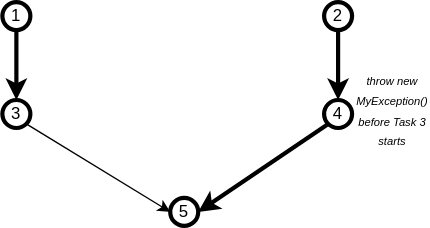
Before: doc/fault_flow.svg, a diagram exported from draw.io (eBay/bascomtask). Source tidied: cells renumbered, new cells last; positions are measured from the earlier drawing's top-left corner, leaving out a move shared by most shapes. Its diagram source:
```xml
<mxGraphModel>
  <root>
    <mxCell id="0" />
    <mxCell id="1" parent="0" />
    <mxCell id="2" style="edgeStyle=none;rounded=0;jettySize=auto;html=1;exitX=0.5;exitY=1;exitDx=0;exitDy=0;entryX=0.5;entryY=0;entryDx=0;entryDy=0;strokeWidth=3;fillColor=#00CC00;" parent="1" edge="1" source="6" target="7">
      <mxGeometry relative="1" as="geometry" />
    </mxCell>
    <mxCell id="3" value="2" style="ellipse;whiteSpace=wrap;html=1;strokeWidth=3;" parent="1" vertex="1">
      <mxGeometry x="230" width="20" height="20" as="geometry" />
    </mxCell>
    <mxCell id="4" style="edgeStyle=none;rounded=0;jettySize=auto;html=1;exitX=0.5;exitY=1;exitDx=0;exitDy=0;entryX=0.5;entryY=0;entryDx=0;entryDy=0;strokeWidth=3;" parent="1" edge="1" source="3" target="10">
      <mxGeometry relative="1" as="geometry" />
    </mxCell>
    <mxCell id="5" style="edgeStyle=none;rounded=0;jettySize=auto;html=1;exitX=1;exitY=1;exitDx=0;exitDy=0;entryX=0;entryY=0.5;entryDx=0;entryDy=0;strokeWidth=1;fillColor=#00CC00;" parent="1" edge="1" source="7" target="8">
      <mxGeometry relative="1" as="geometry" />
    </mxCell>
    <mxCell id="6" value="1" style="ellipse;whiteSpace=wrap;html=1;strokeWidth=3;" parent="1" vertex="1">
      <mxGeometry width="20" height="20" as="geometry" />
    </mxCell>
    <mxCell id="7" value="3" style="ellipse;whiteSpace=wrap;html=1;strokeWidth=3;" parent="1" vertex="1">
      <mxGeometry y="70" width="20" height="20" as="geometry" />
    </mxCell>
    <mxCell id="8" value="5" style="ellipse;whiteSpace=wrap;html=1;strokeWidth=3;" parent="1" vertex="1">
      <mxGeometry x="120" y="140" width="20" height="20" as="geometry" />
    </mxCell>
    <mxCell id="9" style="edgeStyle=none;rounded=0;jettySize=auto;html=1;exitX=0;exitY=1;exitDx=0;exitDy=0;strokeWidth=3;entryX=1;entryY=0.5;entryDx=0;entryDy=0;" parent="1" edge="1" source="10" target="8">
      <mxGeometry relative="1" as="geometry" />
    </mxCell>
    <mxCell id="10" value="4" style="ellipse;whiteSpace=wrap;html=1;strokeWidth=3;" parent="1" vertex="1">
      <mxGeometry x="230" y="70" width="20" height="20" as="geometry" />
    </mxCell>
    <mxCell id="11" value="&lt;font style=&quot;font-size: 8px&quot;&gt;throw new MyException() before Task 3 starts&lt;br&gt;&lt;/font&gt;" style="text;html=1;fillColor=none;align=center;verticalAlign=middle;whiteSpace=wrap;rounded=0;strokeColor=none;fontStyle=2;" parent="1" vertex="1">
      <mxGeometry x="259" y="67" width="40" height="20" as="geometry" />
    </mxCell>
  </root>
</mxGraphModel>
```
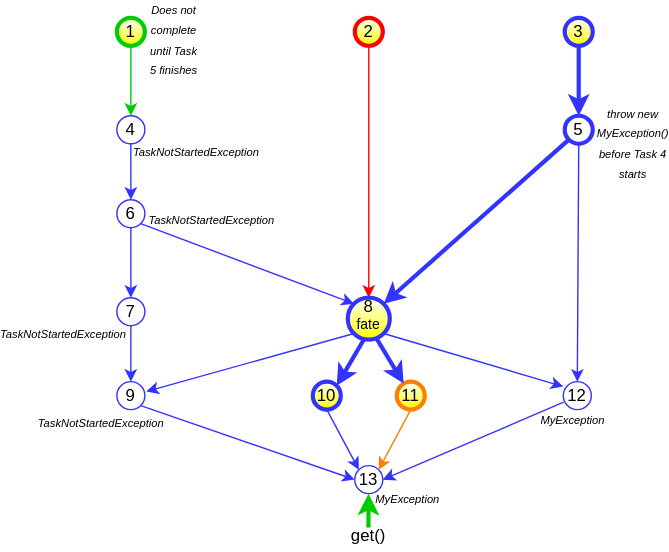
Later version of the same file.

Change to the diagram source:
```diff
@@ -2,35 +2,132 @@
   <root>
     <mxCell id="0" />
     <mxCell id="1" parent="0" />
-    <mxCell id="2" style="edgeStyle=none;rounded=0;jettySize=auto;html=1;exitX=0.5;exitY=1;exitDx=0;exitDy=0;entryX=0.5;entryY=0;entryDx=0;entryDy=0;strokeWidth=3;fillColor=#00CC00;" parent="1" edge="1" source="6" target="7">
+    <mxCell id="2" style="edgeStyle=none;rounded=0;jettySize=auto;html=1;exitX=0.5;exitY=1;exitDx=0;exitDy=0;entryX=0.5;entryY=0;entryDx=0;entryDy=0;strokeWidth=1;fillColor=#00CC00;strokeColor=#00CC00;" parent="1" edge="1" source="6" target="7">
       <mxGeometry relative="1" as="geometry" />
     </mxCell>
-    <mxCell id="3" value="2" style="ellipse;whiteSpace=wrap;html=1;strokeWidth=3;" parent="1" vertex="1">
-      <mxGeometry x="230" width="20" height="20" as="geometry" />
-    </mxCell>
-    <mxCell id="4" style="edgeStyle=none;rounded=0;jettySize=auto;html=1;exitX=0.5;exitY=1;exitDx=0;exitDy=0;entryX=0.5;entryY=0;entryDx=0;entryDy=0;strokeWidth=3;" parent="1" edge="1" source="3" target="10">
+    <mxCell id="4" style="edgeStyle=none;rounded=0;jettySize=auto;html=1;exitX=0.5;exitY=1;exitDx=0;exitDy=0;entryX=0.5;entryY=0;entryDx=0;entryDy=0;strokeWidth=3;strokeColor=#3333FF;" parent="1" edge="1" source="3" target="10">
       <mxGeometry relative="1" as="geometry" />
     </mxCell>
-    <mxCell id="5" style="edgeStyle=none;rounded=0;jettySize=auto;html=1;exitX=1;exitY=1;exitDx=0;exitDy=0;entryX=0;entryY=0.5;entryDx=0;entryDy=0;strokeWidth=1;fillColor=#00CC00;" parent="1" edge="1" source="7" target="8">
+    <mxCell id="5" style="edgeStyle=none;rounded=0;jettySize=auto;html=1;exitX=1;exitY=1;exitDx=0;exitDy=0;entryX=0;entryY=0;entryDx=0;entryDy=0;strokeWidth=1;fillColor=#00CC00;strokeColor=#3333FF;" parent="1" edge="1" source="12" target="8">
       <mxGeometry relative="1" as="geometry" />
     </mxCell>
-    <mxCell id="6" value="1" style="ellipse;whiteSpace=wrap;html=1;strokeWidth=3;" parent="1" vertex="1">
-      <mxGeometry width="20" height="20" as="geometry" />
-    </mxCell>
-    <mxCell id="7" value="3" style="ellipse;whiteSpace=wrap;html=1;strokeWidth=3;" parent="1" vertex="1">
-      <mxGeometry y="70" width="20" height="20" as="geometry" />
+    <mxCell id="7" value="4" style="ellipse;whiteSpace=wrap;html=1;strokeWidth=1;strokeColor=#3333FF;" parent="1" vertex="1">
+      <mxGeometry x="43" y="80" width="20" height="20" as="geometry" />
     </mxCell>
-    <mxCell id="8" value="5" style="ellipse;whiteSpace=wrap;html=1;strokeWidth=3;" parent="1" vertex="1">
-      <mxGeometry x="120" y="140" width="20" height="20" as="geometry" />
-    </mxCell>
-    <mxCell id="9" style="edgeStyle=none;rounded=0;jettySize=auto;html=1;exitX=0;exitY=1;exitDx=0;exitDy=0;strokeWidth=3;entryX=1;entryY=0.5;entryDx=0;entryDy=0;" parent="1" edge="1" source="10" target="8">
+    <mxCell id="9" style="edgeStyle=none;rounded=0;jettySize=auto;html=1;exitX=0;exitY=1;exitDx=0;exitDy=0;strokeWidth=3;entryX=1;entryY=0;entryDx=0;entryDy=0;strokeColor=#3333FF;" parent="1" edge="1" source="10" target="8">
       <mxGeometry relative="1" as="geometry" />
     </mxCell>
-    <mxCell id="10" value="4" style="ellipse;whiteSpace=wrap;html=1;strokeWidth=3;" parent="1" vertex="1">
-      <mxGeometry x="230" y="70" width="20" height="20" as="geometry" />
+    <mxCell id="10" value="5" style="ellipse;whiteSpace=wrap;html=1;strokeWidth=3;fillColor=none;strokeColor=#3333FF;" parent="1" vertex="1">
+      <mxGeometry x="363" y="80" width="20" height="20" as="geometry" />
     </mxCell>
-    <mxCell id="11" value="&lt;font style=&quot;font-size: 8px&quot;&gt;throw new MyException() before Task 3 starts&lt;br&gt;&lt;/font&gt;" style="text;html=1;fillColor=none;align=center;verticalAlign=middle;whiteSpace=wrap;rounded=0;strokeColor=none;fontStyle=2;" parent="1" vertex="1">
-      <mxGeometry x="259" y="67" width="40" height="20" as="geometry" />
+    <mxCell id="11" value="&lt;font style=&quot;font-size: 8px&quot;&gt;throw new MyException() before Task 4 starts&lt;br&gt;&lt;/font&gt;" style="text;html=1;fillColor=none;align=center;verticalAlign=middle;whiteSpace=wrap;rounded=0;strokeColor=none;fontStyle=2;" parent="1" vertex="1">
+      <mxGeometry x="392" y="77" width="40" height="43" as="geometry" />
     </mxCell>
+    <mxCell id="12" value="6" style="ellipse;whiteSpace=wrap;html=1;strokeWidth=1;strokeColor=#3333FF;" parent="1" vertex="1">
+      <mxGeometry x="43" y="140" width="20" height="20" as="geometry" />
+    </mxCell>
+    <mxCell id="13" value="7" style="ellipse;whiteSpace=wrap;html=1;strokeWidth=1;strokeColor=#3333FF;" parent="1" vertex="1">
+      <mxGeometry x="43" y="210" width="20" height="20" as="geometry" />
+    </mxCell>
+    <mxCell id="14" value="9" style="ellipse;whiteSpace=wrap;html=1;strokeWidth=1;strokeColor=#3333FF;" parent="1" vertex="1">
+      <mxGeometry x="43" y="270" width="20" height="20" as="geometry" />
+    </mxCell>
+    <mxCell id="15" value="12" style="ellipse;whiteSpace=wrap;html=1;strokeWidth=1;strokeColor=#3333FF;" parent="1" vertex="1">
+      <mxGeometry x="362" y="270" width="20" height="20" as="geometry" />
+    </mxCell>
+    <mxCell id="16" style="edgeStyle=none;rounded=0;jettySize=auto;html=1;exitX=0.5;exitY=1;exitDx=0;exitDy=0;strokeWidth=1;fillColor=#00CC00;strokeColor=#3333FF;" parent="1" edge="1" source="12" target="13">
+      <mxGeometry relative="1" as="geometry" />
+    </mxCell>
+    <mxCell id="17" style="edgeStyle=none;rounded=0;jettySize=auto;html=1;exitX=0.5;exitY=1;exitDx=0;exitDy=0;strokeWidth=1;fillColor=#00CC00;entryX=0.5;entryY=0;entryDx=0;entryDy=0;strokeColor=#3333FF;" parent="1" edge="1" source="13" target="14">
+      <mxGeometry relative="1" as="geometry" />
+    </mxCell>
+    <mxCell id="18" style="edgeStyle=none;rounded=0;jettySize=auto;html=1;exitX=0;exitY=1;exitDx=0;exitDy=0;strokeWidth=1;fillColor=#00CC00;entryX=1.05;entryY=0.35;entryDx=0;entryDy=0;entryPerimeter=0;strokeColor=#3333FF;" parent="1" edge="1" source="8" target="14">
+      <mxGeometry relative="1" as="geometry" />
+    </mxCell>
+    <mxCell id="19" style="edgeStyle=none;rounded=0;jettySize=auto;html=1;exitX=0.5;exitY=1;exitDx=0;exitDy=0;strokeWidth=1;fillColor=#00CC00;strokeColor=#3333FF;" parent="1" edge="1" source="7">
+      <mxGeometry relative="1" as="geometry">
+        <mxPoint x="53" y="140" as="targetPoint" />
+      </mxGeometry>
+    </mxCell>
+    <mxCell id="20" value="10" style="ellipse;whiteSpace=wrap;html=1;strokeWidth=3;strokeColor=#3333FF;gradientColor=#FFFF00;" parent="1" vertex="1">
+      <mxGeometry x="183" y="270" width="20" height="20" as="geometry" />
+    </mxCell>
+    <mxCell id="21" style="edgeStyle=none;rounded=0;jettySize=auto;html=1;entryX=1;entryY=0;entryDx=0;entryDy=0;strokeWidth=3;fillColor=#00CC00;strokeColor=#3333FF;" parent="1" edge="1" target="20">
+      <mxGeometry relative="1" as="geometry">
+        <mxPoint x="220" y="239" as="sourcePoint" />
+      </mxGeometry>
+    </mxCell>
+    <mxCell id="22" style="edgeStyle=none;rounded=0;jettySize=auto;html=1;exitX=1;exitY=1;exitDx=0;exitDy=0;entryX=0;entryY=0.175;entryDx=0;entryDy=0;strokeWidth=1;fillColor=#00CC00;entryPerimeter=0;strokeColor=#3333FF;" parent="1" edge="1" source="8" target="15">
+      <mxGeometry relative="1" as="geometry" />
+    </mxCell>
+    <mxCell id="23" style="edgeStyle=none;rounded=0;jettySize=auto;html=1;exitX=0.5;exitY=1;exitDx=0;exitDy=0;strokeWidth=1;entryX=0.5;entryY=0;entryDx=0;entryDy=0;strokeColor=#3333FF;" parent="1" edge="1" source="10" target="15">
+      <mxGeometry relative="1" as="geometry" />
+    </mxCell>
+    <mxCell id="24" value="&lt;font style=&quot;font-size: 8px&quot;&gt;TaskNotStartedException&lt;br&gt;&lt;/font&gt;" style="text;html=1;fillColor=none;align=center;verticalAlign=middle;whiteSpace=wrap;rounded=0;strokeColor=none;fontStyle=2;" parent="1" vertex="1">
+      <mxGeometry x="80" y="105" width="40" as="geometry" />
+    </mxCell>
+    <mxCell id="25" value="&lt;font style=&quot;font-size: 8px&quot;&gt;TaskNotStartedException&lt;br&gt;&lt;/font&gt;" style="text;html=1;fillColor=none;align=center;verticalAlign=middle;whiteSpace=wrap;rounded=0;strokeColor=none;fontStyle=2;" parent="1" vertex="1">
+      <mxGeometry x="91" y="154" width="40" as="geometry" />
+    </mxCell>
+    <mxCell id="26" value="&lt;font style=&quot;font-size: 8px&quot;&gt;TaskNotStartedException&lt;br&gt;&lt;/font&gt;" style="text;html=1;fillColor=none;align=center;verticalAlign=middle;whiteSpace=wrap;rounded=0;strokeColor=none;fontStyle=2;" parent="1" vertex="1">
+      <mxGeometry x="-15" y="235" width="40" as="geometry" />
+    </mxCell>
+    <mxCell id="27" value="&lt;font style=&quot;font-size: 8px&quot;&gt;TaskNotStartedException&lt;br&gt;&lt;/font&gt;" style="text;html=1;fillColor=none;align=center;verticalAlign=middle;whiteSpace=wrap;rounded=0;strokeColor=none;fontStyle=2;" parent="1" vertex="1">
+      <mxGeometry x="12" y="299" width="40" as="geometry" />
+    </mxCell>
+    <mxCell id="28" value="&lt;font style=&quot;font-size: 8px&quot;&gt;MyException&lt;br&gt;&lt;/font&gt;" style="text;html=1;fillColor=none;align=center;verticalAlign=middle;whiteSpace=wrap;rounded=0;strokeColor=none;fontStyle=2;" parent="1" vertex="1">
+      <mxGeometry x="349" y="297" width="40" as="geometry" />
+    </mxCell>
+    <mxCell id="29" style="edgeStyle=none;rounded=0;jettySize=auto;html=1;strokeWidth=1;fillColor=#00CC00;exitX=1;exitY=1;exitDx=0;exitDy=0;strokeColor=#3333FF;entryX=0;entryY=0.5;entryDx=0;entryDy=0;" parent="1" edge="1" source="14" target="38">
+      <mxGeometry relative="1" as="geometry" />
+    </mxCell>
+    <mxCell id="30" style="edgeStyle=none;rounded=0;jettySize=auto;html=1;strokeWidth=1;fillColor=#00CC00;exitX=0.012;exitY=0.734;exitDx=0;exitDy=0;exitPerimeter=0;entryX=1;entryY=0.5;entryDx=0;entryDy=0;strokeColor=#3333FF;" parent="1" edge="1" source="15" target="38">
+      <mxGeometry relative="1" as="geometry" />
+    </mxCell>
+    <mxCell id="31" value="&lt;font style=&quot;font-size: 8px&quot;&gt;MyException&lt;br&gt;&lt;/font&gt;" style="text;html=1;fillColor=none;align=center;verticalAlign=middle;whiteSpace=wrap;rounded=0;strokeColor=none;fontStyle=2;" parent="1" vertex="1">
+      <mxGeometry x="231" y="353" width="40" as="geometry" />
+    </mxCell>
+    <mxCell id="32" style="edgeStyle=none;rounded=0;jettySize=auto;html=1;exitX=0.5;exitY=1;exitDx=0;exitDy=0;strokeWidth=1;entryX=0.5;entryY=0;entryDx=0;entryDy=0;strokeColor=#FF0000;" parent="1" edge="1" source="33" target="8">
+      <mxGeometry relative="1" as="geometry" />
+    </mxCell>
+    <mxCell id="3" value="3" style="ellipse;whiteSpace=wrap;html=1;strokeWidth=3;strokeColor=#3333FF;gradientColor=#FFFF00;" parent="1" vertex="1">
+      <mxGeometry x="363" y="10" width="20" height="20" as="geometry" />
+    </mxCell>
+    <mxCell id="6" value="1" style="ellipse;whiteSpace=wrap;html=1;strokeWidth=3;strokeColor=#00CC00;gradientColor=#FFFF00;" parent="1" vertex="1">
+      <mxGeometry x="43" y="10" width="20" height="20" as="geometry" />
+    </mxCell>
+    <mxCell id="33" value="2" style="ellipse;whiteSpace=wrap;html=1;strokeWidth=3;strokeColor=#FF0000;gradientColor=#FFFF00;" parent="1" vertex="1">
+      <mxGeometry x="213" y="10" width="20" height="20" as="geometry" />
+    </mxCell>
+    <mxCell id="34" value="11" style="ellipse;whiteSpace=wrap;html=1;strokeWidth=3;strokeColor=#FF8000;gradientColor=#FFFF00;" parent="1" vertex="1">
+      <mxGeometry x="243" y="270" width="20" height="20" as="geometry" />
+    </mxCell>
+    <mxCell id="35" style="edgeStyle=none;rounded=0;jettySize=auto;html=1;exitX=0.683;exitY=0.967;exitDx=0;exitDy=0;strokeWidth=3;fillColor=#00CC00;exitPerimeter=0;strokeColor=#3333FF;" parent="1" edge="1" source="8" target="34">
+      <mxGeometry relative="1" as="geometry" />
+    </mxCell>
+    <mxCell id="8" value="8&lt;br&gt;&lt;sup&gt;fate&lt;/sup&gt;" style="ellipse;whiteSpace=wrap;html=1;strokeWidth=3;strokeColor=#3333FF;gradientColor=#FFFF00;" parent="1" vertex="1">
+      <mxGeometry x="208" y="210" width="30" height="30" as="geometry" />
+    </mxCell>
+    <mxCell id="36" style="edgeStyle=none;rounded=0;orthogonalLoop=1;jettySize=auto;html=1;entryX=1;entryY=0;entryDx=0;entryDy=0;strokeWidth=3;fillColor=#00CC00;strokeColor=#00CC00;" parent="1" edge="1">
+      <mxGeometry relative="1" as="geometry">
+        <mxPoint x="222.8" y="374.1" as="sourcePoint" />
+        <mxPoint x="222.8" y="350" as="targetPoint" />
+      </mxGeometry>
+    </mxCell>
+    <mxCell id="37" value="get()" style="text;html=1;strokeColor=none;fillColor=none;align=center;verticalAlign=middle;whiteSpace=wrap;rounded=0;" parent="1" vertex="1">
+      <mxGeometry x="203" y="370" width="40" height="20" as="geometry" />
+    </mxCell>
+    <mxCell id="38" value="13" style="ellipse;whiteSpace=wrap;html=1;strokeWidth=1;strokeColor=#3333FF;" parent="1" vertex="1">
+      <mxGeometry x="213" y="330" width="20" height="20" as="geometry" />
+    </mxCell>
+    <mxCell id="39" value="&lt;font style=&quot;font-size: 8px&quot;&gt;Does not complete until Task 5 finishes&lt;br&gt;&lt;/font&gt;" style="text;html=1;fillColor=none;align=center;verticalAlign=middle;whiteSpace=wrap;rounded=0;strokeColor=none;fontStyle=2;" parent="1" vertex="1">
+      <mxGeometry x="64" y="25" width="40" as="geometry" />
+    </mxCell>
+    <mxCell id="40" style="edgeStyle=none;rounded=0;jettySize=auto;html=1;strokeWidth=1;fillColor=#00CC00;exitX=0.5;exitY=1;exitDx=0;exitDy=0;strokeColor=#3333FF;entryX=0;entryY=0;entryDx=0;entryDy=0;" parent="1" edge="1" source="20" target="38">
+      <mxGeometry relative="1" as="geometry" />
+    </mxCell>
+    <mxCell id="41" style="edgeStyle=none;rounded=0;jettySize=auto;html=1;strokeWidth=1;fillColor=#00CC00;exitX=0.5;exitY=1;exitDx=0;exitDy=0;entryX=1;entryY=0;entryDx=0;entryDy=0;strokeColor=#FF8000;" parent="1" edge="1" source="34" target="38">
+      <mxGeometry relative="1" as="geometry" />
+    </mxCell>
   </root>
 </mxGraphModel>
```
